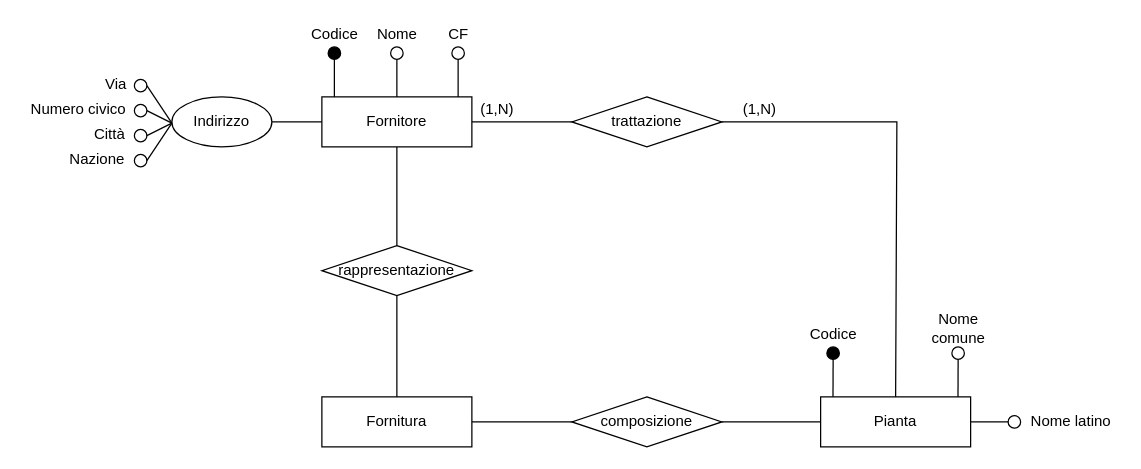
nic-agos/Verde-S.R.L keeps this draw.io diagram as ER-diagrams/ER-Fornitore.drawio. Above is the earlier version. Source tidied: cells renumbered, new cells numbered last; positions are measured from the earlier drawing's top-left corner, leaving out a move shared by most shapes. Both pictures are drawn from the tidied source at 125%, with x=0, y=0 at pixel (21, 21).
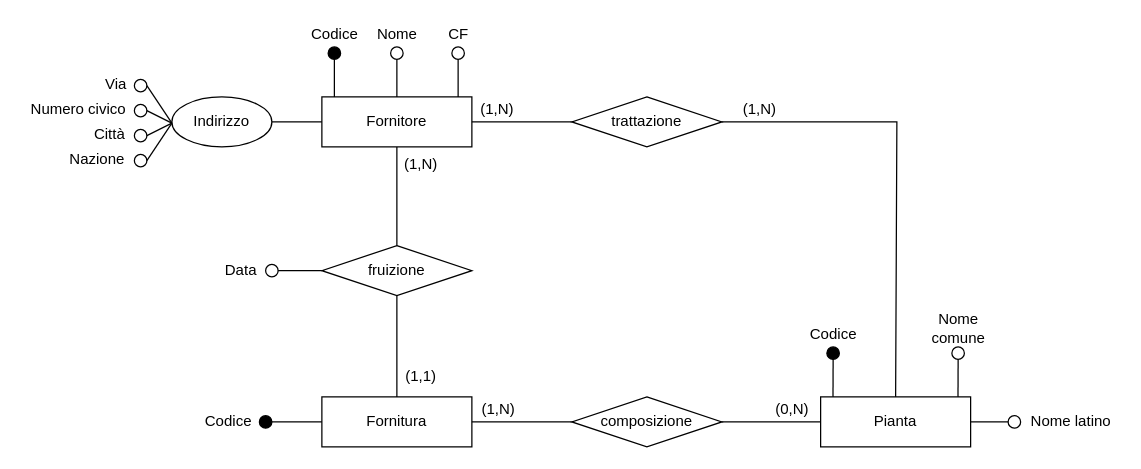
After the change.

Unchanged cells that the change refers to:
```xml
<mxCell id="12" value="Fornitura" style="rounded=0;whiteSpace=wrap;html=1;strokeWidth=1;perimeterSpacing=0;" parent="1" vertex="1">
  <mxGeometry x="240" y="300" width="120" height="40" as="geometry" />
</mxCell>
```

What changed in the source:
```diff
@@
-    <mxCell id="13" value="rappresentazione" style="rhombus;whiteSpace=wrap;html=1;" parent="1" vertex="1">
+    <mxCell id="13" value="fruizione" style="rhombus;whiteSpace=wrap;html=1;" parent="1" vertex="1">
       <mxGeometry x="240" y="179" width="120" height="40" as="geometry" />
     </mxCell>
@@
+    <mxCell id="48" value="(1,N)" style="text;html=1;align=center;verticalAlign=middle;strokeColor=none;fillColor=none;" parent="1" vertex="1">
+      <mxGeometry x="299" y="104" width="40" height="20" as="geometry" />
+    </mxCell>
+    <mxCell id="49" value="(1,1)" style="text;html=1;align=center;verticalAlign=middle;strokeColor=none;fillColor=none;" parent="1" vertex="1">
+      <mxGeometry x="299" y="274" width="40" height="20" as="geometry" />
+    </mxCell>
+    <mxCell id="50" value="(0,N)" style="text;html=1;align=center;verticalAlign=middle;strokeColor=none;fillColor=none;" parent="1" vertex="1">
+      <mxGeometry x="596" y="300" width="40" height="20" as="geometry" />
+    </mxCell>
+    <mxCell id="51" value="(1,N)" style="text;html=1;align=center;verticalAlign=middle;strokeColor=none;fillColor=none;" parent="1" vertex="1">
+      <mxGeometry x="361" y="300" width="40" height="20" as="geometry" />
+    </mxCell>
+    <mxCell id="52" style="ellipse;whiteSpace=wrap;html=1;strokeWidth=1;fillColor=#000000;" parent="1" vertex="1">
+      <mxGeometry x="190" y="315" width="10" height="10" as="geometry" />
+    </mxCell>
+    <mxCell id="53" value="Codice" style="text;html=1;align=center;verticalAlign=middle;strokeColor=none;fillColor=none;" parent="1" vertex="1">
+      <mxGeometry x="140" y="310" width="50" height="20" as="geometry" />
+    </mxCell>
+    <mxCell id="54" style="endArrow=none;html=1;rounded=0;entryX=0;entryY=0.5;entryDx=0;entryDy=0;exitX=1;exitY=0.5;exitDx=0;exitDy=0;" parent="1" edge="1" source="52" target="12">
+      <mxGeometry relative="1" as="geometry" />
+    </mxCell>
+    <mxCell id="55" style="ellipse;whiteSpace=wrap;html=1;strokeWidth=1;fillColor=none;" parent="1" vertex="1">
+      <mxGeometry x="195" y="194" width="10" height="10" as="geometry" />
+    </mxCell>
+    <mxCell id="56" value="Data" style="text;html=1;align=center;verticalAlign=middle;strokeColor=none;fillColor=none;" parent="1" vertex="1">
+      <mxGeometry x="155" y="189" width="40" height="20" as="geometry" />
+    </mxCell>
+    <mxCell id="57" style="endArrow=none;html=1;rounded=0;entryX=0;entryY=0.5;entryDx=0;entryDy=0;exitX=1;exitY=0.5;exitDx=0;exitDy=0;" parent="1" edge="1" source="55" target="13">
+      <mxGeometry relative="1" as="geometry" />
+    </mxCell>
```
